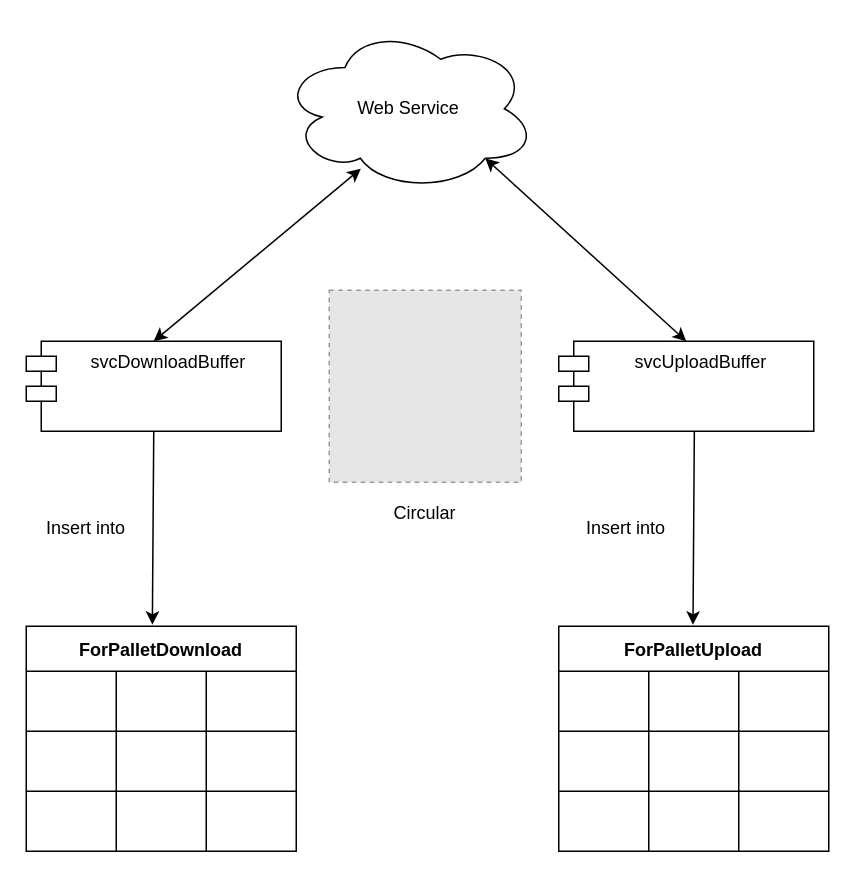
The draw.io diagram autoupdownload.drawio in kachun8051/networkdiagram, before the edit. Source tidied: cells renumbered, new cells numbered last; positions are measured from the earlier drawing's top-left corner, leaving out a move shared by most shapes. Both pictures are drawn from the tidied source at 150%, with x=0, y=0 at pixel (26, 26). Pictures stored in the file or linked from it are replaced by grey dashed boxes.
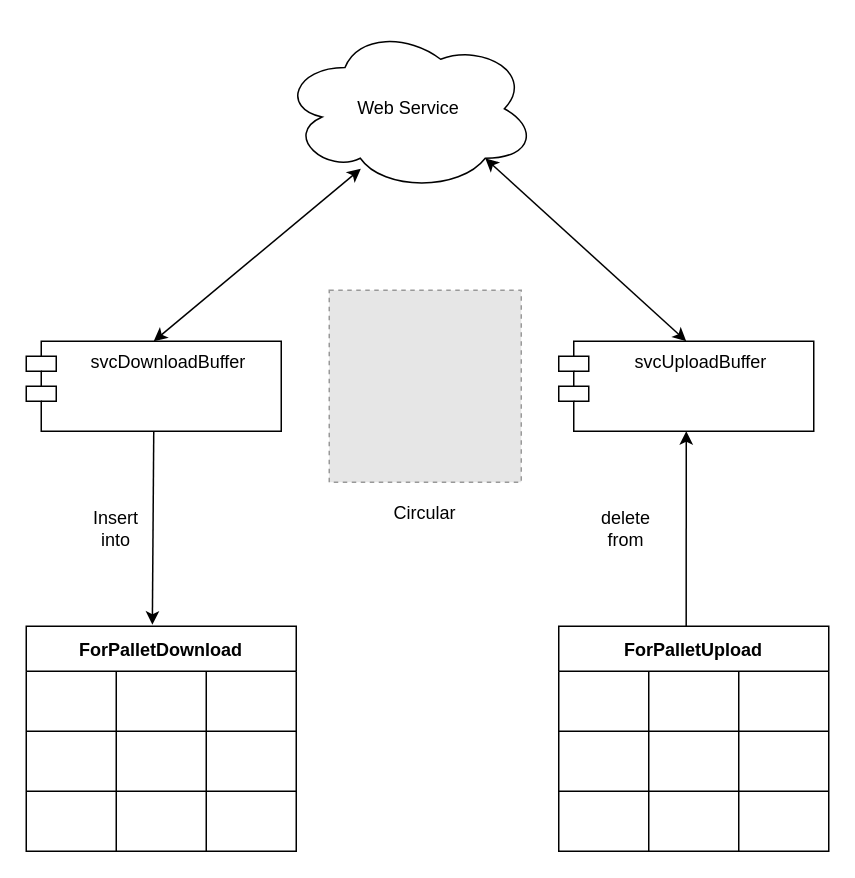
The same diagram, later.

Unchanged cells that the change refers to:
```xml
<mxCell id="16" value="ForPalletUpload" style="shape=table;startSize=30;childLayout=tableLayout;fontStyle=1;align=center;" parent="1" vertex="1">
  <mxGeometry x="355" y="400" width="180" height="150" as="geometry" />
</mxCell>
<mxCell id="30" value="svcUploadBuffer" style="shape=module;align=left;spacingLeft=20;align=center;verticalAlign=top;" parent="1" vertex="1">
  <mxGeometry x="355" y="210" width="170" height="60" as="geometry" />
</mxCell>
```

The edit, as a diff of the source:
```diff
@@
-    <mxCell id="36" style="endArrow=classic;html=1;rounded=0;exitX=0.5;exitY=1;exitDx=0;exitDy=0;entryX=0.467;entryY=-0.007;entryDx=0;entryDy=0;entryPerimeter=0;" parent="1" edge="1">
-      <mxGeometry relative="1" as="geometry">
-        <mxPoint x="445.4" y="270" as="sourcePoint" />
-        <mxPoint x="444.5" y="399" as="targetPoint" />
-      </mxGeometry>
+    <mxCell id="36" style="endArrow=classic;html=1;rounded=0;entryX=0.5;entryY=1;entryDx=0;entryDy=0;exitX=0.472;exitY=0;exitDx=0;exitDy=0;exitPerimeter=0;" parent="1" edge="1" source="16" target="30">
+      <mxGeometry relative="1" as="geometry" />
     </mxCell>
     <mxCell id="37" value="Insert into" style="text;html=1;strokeColor=none;fillColor=none;align=center;verticalAlign=middle;whiteSpace=wrap;rounded=0;" parent="1" vertex="1">
-      <mxGeometry x="10" y="320" width="60" height="30" as="geometry" />
+      <mxGeometry x="40" y="320" width="40" height="30" as="geometry" />
     </mxCell>
-    <mxCell id="38" value="Insert into" style="text;html=1;strokeColor=none;fillColor=none;align=center;verticalAlign=middle;whiteSpace=wrap;rounded=0;" parent="1" vertex="1">
+    <mxCell id="38" value="delete from" style="text;html=1;strokeColor=none;fillColor=none;align=center;verticalAlign=middle;whiteSpace=wrap;rounded=0;" parent="1" vertex="1">
       <mxGeometry x="370" y="320" width="60" height="30" as="geometry" />
     </mxCell>
```
